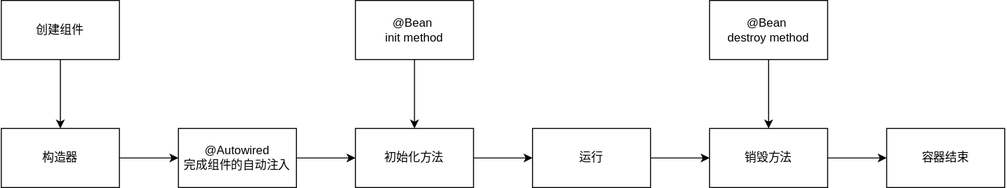
Before: imgs/BeanLifeCycle.svg, a diagram exported from draw.io (hereisb612/hereisb612.github.io). Source tidied: cells renumbered, new cells last; positions are measured from the earlier drawing's top-left corner, leaving out a move shared by most shapes.
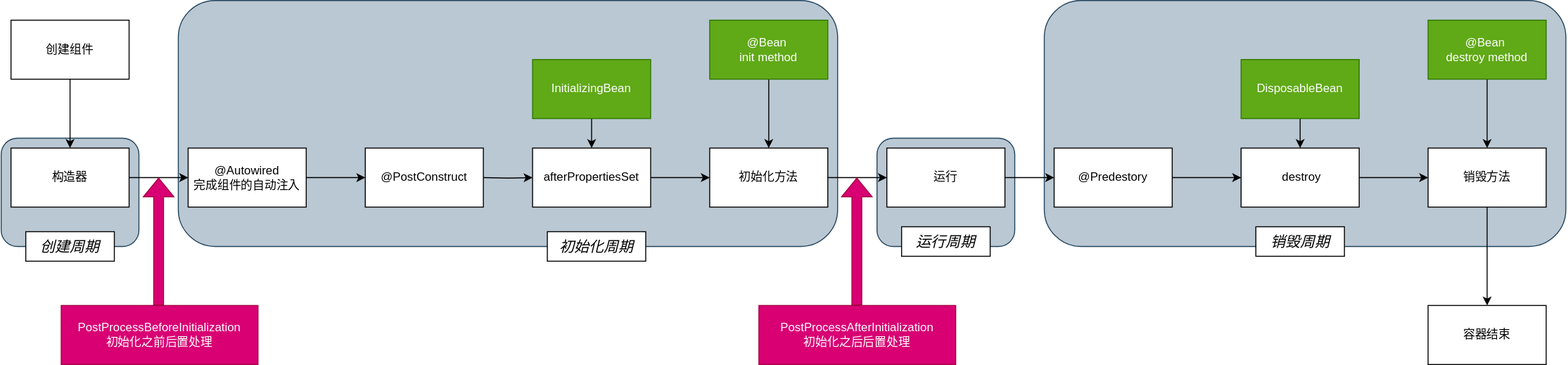
Later version of the same file.

Diff of the diagram source:
```diff
@@ -2,6 +2,18 @@
   <root>
     <mxCell id="0" />
     <mxCell id="1" parent="0" />
+    <mxCell id="19" style="rounded=1;whiteSpace=wrap;html=1;shadow=0;fillColor=#bac8d3;strokeColor=#23445d;" parent="1" vertex="1">
+      <mxGeometry x="1050" y="-20" width="530" height="250" as="geometry" />
+    </mxCell>
+    <mxCell id="20" style="rounded=1;whiteSpace=wrap;html=1;shadow=0;fillColor=#bac8d3;strokeColor=#23445d;" parent="1" vertex="1">
+      <mxGeometry x="880" y="120" width="140" height="110" as="geometry" />
+    </mxCell>
+    <mxCell id="21" style="rounded=1;whiteSpace=wrap;html=1;shadow=0;fillColor=#bac8d3;strokeColor=#23445d;" parent="1" vertex="1">
+      <mxGeometry x="-10" y="120" width="140" height="110" as="geometry" />
+    </mxCell>
+    <mxCell id="22" style="rounded=1;whiteSpace=wrap;html=1;shadow=0;fillColor=#bac8d3;strokeColor=#23445d;" parent="1" vertex="1">
+      <mxGeometry x="170" y="-20" width="670" height="250" as="geometry" />
+    </mxCell>
     <mxCell id="2" style="edgeStyle=orthogonalEdgeStyle;rounded=0;jettySize=auto;html=1;entryX=0.5;entryY=0;entryDx=0;entryDy=0;" parent="1" edge="1" source="3" target="5">
       <mxGeometry relative="1" as="geometry" />
     </mxCell>
@@ -14,44 +26,112 @@
     <mxCell id="5" value="构造器" style="rounded=0;whiteSpace=wrap;html=1;" parent="1" vertex="1">
       <mxGeometry y="130" width="120" height="60" as="geometry" />
     </mxCell>
-    <mxCell id="6" style="edgeStyle=orthogonalEdgeStyle;rounded=0;jettySize=auto;html=1;entryX=0;entryY=0.5;entryDx=0;entryDy=0;" parent="1" edge="1" source="7" target="15">
-      <mxGeometry relative="1" as="geometry" />
-    </mxCell>
+    <mxCell id="23" style="edgeStyle=orthogonalEdgeStyle;rounded=0;jettySize=auto;html=1;entryX=0;entryY=0.5;entryDx=0;entryDy=0;" parent="1" edge="1" source="7" target="34">
+      <mxGeometry relative="1" as="geometry" />
+    </mxCell>
     <mxCell id="7" value="运行" style="rounded=0;whiteSpace=wrap;html=1;" parent="1" vertex="1">
-      <mxGeometry x="540" y="130" width="120" height="60" as="geometry" />
+      <mxGeometry x="890" y="130" width="120" height="60" as="geometry" />
     </mxCell>
     <mxCell id="8" style="edgeStyle=orthogonalEdgeStyle;rounded=0;jettySize=auto;html=1;entryX=0;entryY=0.5;entryDx=0;entryDy=0;" parent="1" edge="1" source="9" target="7">
       <mxGeometry relative="1" as="geometry" />
     </mxCell>
     <mxCell id="9" value="初始化方法" style="rounded=0;whiteSpace=wrap;html=1;" parent="1" vertex="1">
-      <mxGeometry x="360" y="130" width="120" height="60" as="geometry" />
+      <mxGeometry x="710" y="130" width="120" height="60" as="geometry" />
     </mxCell>
     <mxCell id="10" style="edgeStyle=orthogonalEdgeStyle;rounded=0;jettySize=auto;html=1;entryX=0.5;entryY=0;entryDx=0;entryDy=0;" parent="1" edge="1" source="11" target="9">
       <mxGeometry relative="1" as="geometry" />
     </mxCell>
-    <mxCell id="11" value="@Bean&amp;nbsp;&lt;div&gt;init method&lt;/div&gt;" style="rounded=0;whiteSpace=wrap;html=1;" parent="1" vertex="1">
-      <mxGeometry x="360" width="120" height="60" as="geometry" />
+    <mxCell id="11" value="@Bean&amp;nbsp;&lt;div&gt;init method&lt;/div&gt;" style="rounded=0;whiteSpace=wrap;html=1;fillColor=#60a917;fontColor=#ffffff;strokeColor=#2D7600;" parent="1" vertex="1">
+      <mxGeometry x="710" width="120" height="60" as="geometry" />
     </mxCell>
-    <mxCell id="12" style="edgeStyle=orthogonalEdgeStyle;rounded=0;jettySize=auto;html=1;entryX=0;entryY=0.5;entryDx=0;entryDy=0;" parent="1" edge="1" source="13" target="9">
-      <mxGeometry relative="1" as="geometry" />
-    </mxCell>
+    <mxCell id="24" style="edgeStyle=orthogonalEdgeStyle;rounded=0;jettySize=auto;html=1;entryX=0;entryY=0.5;entryDx=0;entryDy=0;" parent="1" edge="1" source="13" target="36">
+      <mxGeometry relative="1" as="geometry" />
+    </mxCell>
     <mxCell id="13" value="@Autowired&lt;div&gt;完成组件的自动注入&lt;/div&gt;" style="rounded=0;whiteSpace=wrap;html=1;" parent="1" vertex="1">
       <mxGeometry x="180" y="130" width="120" height="60" as="geometry" />
     </mxCell>
-    <mxCell id="14" style="edgeStyle=orthogonalEdgeStyle;rounded=0;jettySize=auto;html=1;entryX=0;entryY=0.5;entryDx=0;entryDy=0;" parent="1" edge="1" source="15" target="18">
+    <mxCell id="14" style="edgeStyle=orthogonalEdgeStyle;rounded=0;jettySize=auto;html=1;entryX=0.5;entryY=0;entryDx=0;entryDy=0;" parent="1" edge="1" source="15" target="18">
       <mxGeometry relative="1" as="geometry" />
     </mxCell>
     <mxCell id="15" value="销毁方法" style="rounded=0;whiteSpace=wrap;html=1;" parent="1" vertex="1">
-      <mxGeometry x="720" y="130" width="120" height="60" as="geometry" />
+      <mxGeometry x="1440" y="130" width="120" height="60" as="geometry" />
     </mxCell>
     <mxCell id="16" style="edgeStyle=orthogonalEdgeStyle;rounded=0;jettySize=auto;html=1;entryX=0.5;entryY=0;entryDx=0;entryDy=0;" parent="1" edge="1" source="17" target="15">
       <mxGeometry relative="1" as="geometry" />
     </mxCell>
-    <mxCell id="17" value="@Bean&amp;nbsp;&lt;div&gt;destroy method&lt;/div&gt;" style="rounded=0;whiteSpace=wrap;html=1;" parent="1" vertex="1">
-      <mxGeometry x="720" width="120" height="60" as="geometry" />
+    <mxCell id="17" value="@Bean&amp;nbsp;&lt;div&gt;destroy method&lt;/div&gt;" style="rounded=0;whiteSpace=wrap;html=1;fillColor=#60a917;fontColor=#ffffff;strokeColor=#2D7600;" parent="1" vertex="1">
+      <mxGeometry x="1440" width="120" height="60" as="geometry" />
     </mxCell>
     <mxCell id="18" value="容器结束" style="rounded=0;whiteSpace=wrap;html=1;" parent="1" vertex="1">
-      <mxGeometry x="900" y="130" width="120" height="60" as="geometry" />
+      <mxGeometry x="1440" y="290" width="120" height="60" as="geometry" />
     </mxCell>
+    <mxCell id="25" style="edgeStyle=orthogonalEdgeStyle;rounded=0;jettySize=auto;html=1;entryX=0;entryY=0.5;entryDx=0;entryDy=0;" parent="1" edge="1" source="26" target="9">
+      <mxGeometry relative="1" as="geometry" />
+    </mxCell>
+    <mxCell id="26" value="afterPropertiesSet" style="rounded=0;whiteSpace=wrap;html=1;" parent="1" vertex="1">
+      <mxGeometry x="530" y="130" width="120" height="60" as="geometry" />
+    </mxCell>
+    <mxCell id="27" style="edgeStyle=orthogonalEdgeStyle;rounded=0;jettySize=auto;html=1;entryX=0.5;entryY=0;entryDx=0;entryDy=0;" parent="1" edge="1" source="28" target="26">
+      <mxGeometry relative="1" as="geometry" />
+    </mxCell>
+    <mxCell id="28" value="InitializingBean" style="rounded=0;whiteSpace=wrap;html=1;fillColor=#60a917;fontColor=#ffffff;strokeColor=#2D7600;" parent="1" vertex="1">
+      <mxGeometry x="530" y="40" width="120" height="60" as="geometry" />
+    </mxCell>
+    <mxCell id="29" style="edgeStyle=orthogonalEdgeStyle;rounded=0;jettySize=auto;html=1;entryX=0;entryY=0.5;entryDx=0;entryDy=0;" parent="1" edge="1" source="30" target="15">
+      <mxGeometry relative="1" as="geometry" />
+    </mxCell>
+    <mxCell id="30" value="&amp;nbsp;destroy" style="rounded=0;whiteSpace=wrap;html=1;" parent="1" vertex="1">
+      <mxGeometry x="1250" y="130" width="120" height="60" as="geometry" />
+    </mxCell>
+    <mxCell id="31" style="edgeStyle=orthogonalEdgeStyle;rounded=0;jettySize=auto;html=1;entryX=0.5;entryY=0;entryDx=0;entryDy=0;" parent="1" edge="1" source="32" target="30">
+      <mxGeometry relative="1" as="geometry" />
+    </mxCell>
+    <mxCell id="32" value="DisposableBean" style="rounded=0;whiteSpace=wrap;html=1;fillColor=#60a917;fontColor=#ffffff;strokeColor=#2D7600;" parent="1" vertex="1">
+      <mxGeometry x="1250" y="40" width="120" height="60" as="geometry" />
+    </mxCell>
+    <mxCell id="33" style="edgeStyle=orthogonalEdgeStyle;rounded=0;jettySize=auto;html=1;entryX=0;entryY=0.5;entryDx=0;entryDy=0;" parent="1" edge="1" source="34" target="30">
+      <mxGeometry relative="1" as="geometry" />
+    </mxCell>
+    <mxCell id="34" value="@Predestory" style="rounded=0;whiteSpace=wrap;html=1;" parent="1" vertex="1">
+      <mxGeometry x="1060" y="130" width="120" height="60" as="geometry" />
+    </mxCell>
+    <mxCell id="35" style="edgeStyle=orthogonalEdgeStyle;rounded=0;jettySize=auto;html=1;entryX=0;entryY=0.5;entryDx=0;entryDy=0;" parent="1" edge="1" target="26">
+      <mxGeometry relative="1" as="geometry">
+        <mxPoint x="480" y="160" as="sourcePoint" />
+      </mxGeometry>
+    </mxCell>
+    <mxCell id="36" value="@PostConstruct" style="rounded=0;whiteSpace=wrap;html=1;" parent="1" vertex="1">
+      <mxGeometry x="360" y="130" width="120" height="60" as="geometry" />
+    </mxCell>
+    <mxCell id="37" value="PostProcessBeforeInitialization&lt;div&gt;初始化之前后置处理&lt;/div&gt;" style="rounded=0;whiteSpace=wrap;html=1;fillColor=#d80073;fontColor=#ffffff;strokeColor=#A50040;" parent="1" vertex="1">
+      <mxGeometry x="51" y="290" width="200" height="60" as="geometry" />
+    </mxCell>
+    <mxCell id="38" style="shape=flexArrow;endArrow=classic;html=1;rounded=0;fillColor=#d80073;strokeColor=#A50040;" parent="1" edge="1">
+      <mxGeometry relative="1" as="geometry">
+        <mxPoint x="150" y="290" as="sourcePoint" />
+        <mxPoint x="150" y="160" as="targetPoint" />
+      </mxGeometry>
+    </mxCell>
+    <mxCell id="39" value="PostProcessAfterInitialization&lt;div&gt;初始化之后后置处理&lt;/div&gt;" style="rounded=0;whiteSpace=wrap;html=1;fillColor=#d80073;fontColor=#ffffff;strokeColor=#A50040;" parent="1" vertex="1">
+      <mxGeometry x="760" y="290" width="200" height="60" as="geometry" />
+    </mxCell>
+    <mxCell id="40" style="shape=flexArrow;endArrow=classic;html=1;rounded=0;fillColor=#d80073;strokeColor=#A50040;" parent="1" edge="1">
+      <mxGeometry relative="1" as="geometry">
+        <mxPoint x="859.5" y="290" as="sourcePoint" />
+        <mxPoint x="859.5" y="160" as="targetPoint" />
+      </mxGeometry>
+    </mxCell>
+    <mxCell id="41" value="&lt;font style=&quot;font-size: 15px;&quot;&gt;&lt;i&gt;初始化周期&lt;/i&gt;&lt;/font&gt;" style="rounded=0;whiteSpace=wrap;html=1;" parent="1" vertex="1">
+      <mxGeometry x="545" y="215" width="100" height="30" as="geometry" />
+    </mxCell>
+    <mxCell id="42" value="&lt;font size=&quot;1&quot; style=&quot;&quot;&gt;&lt;i style=&quot;font-size: 15px;&quot;&gt;创建周期&lt;/i&gt;&lt;/font&gt;" style="rounded=0;whiteSpace=wrap;html=1;" parent="1" vertex="1">
+      <mxGeometry x="15" y="215" width="90" height="30" as="geometry" />
+    </mxCell>
+    <mxCell id="43" value="&lt;font size=&quot;1&quot; style=&quot;&quot;&gt;&lt;i style=&quot;font-size: 15px;&quot;&gt;运行周期&lt;/i&gt;&lt;/font&gt;" style="rounded=0;whiteSpace=wrap;html=1;" parent="1" vertex="1">
+      <mxGeometry x="905" y="210" width="90" height="30" as="geometry" />
+    </mxCell>
+    <mxCell id="44" value="&lt;font size=&quot;1&quot; style=&quot;&quot;&gt;&lt;i style=&quot;font-size: 15px;&quot;&gt;销毁周期&lt;/i&gt;&lt;/font&gt;" style="rounded=0;whiteSpace=wrap;html=1;" parent="1" vertex="1">
+      <mxGeometry x="1265" y="210" width="90" height="30" as="geometry" />
+    </mxCell>
   </root>
 </mxGraphModel>
```
